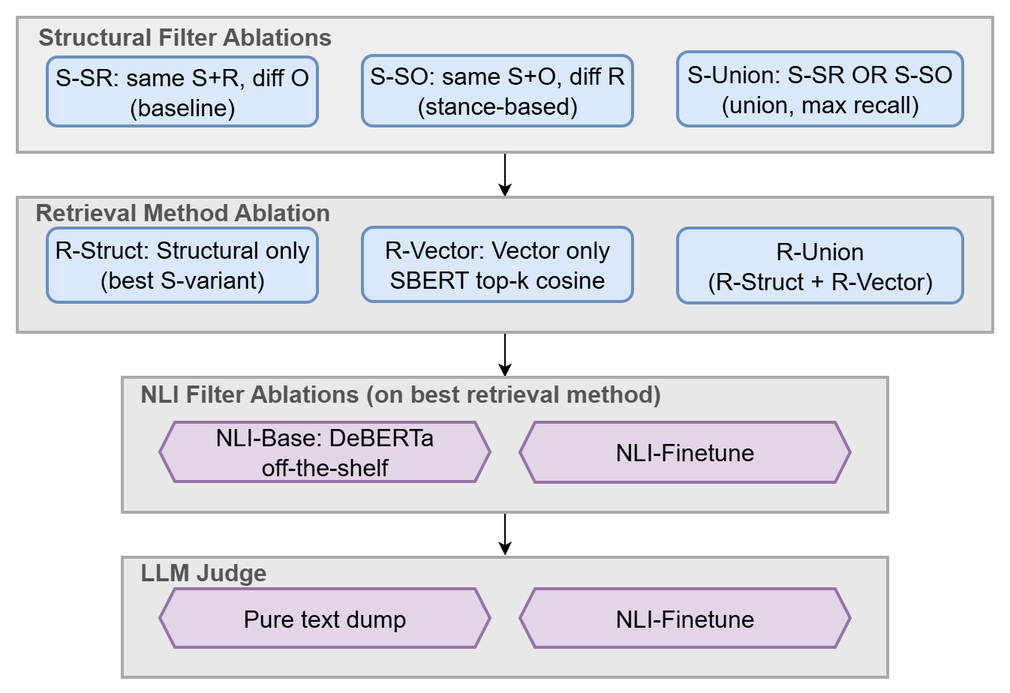
Before: assets/new-ablation.png, a diagram exported from draw.io (Phyke/AT82.05-Claim-Contradiction-Over-Knowledge-Graphs). Source tidied: cells renumbered, new cells last; positions are measured from the earlier drawing's top-left corner, leaving out a move shared by most shapes.
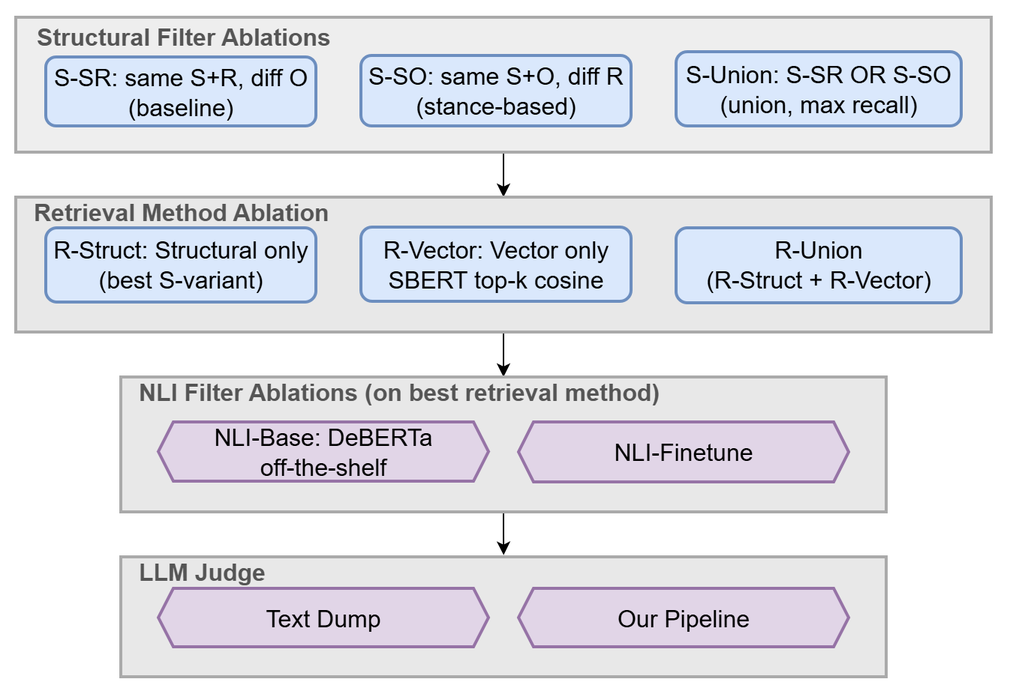
The same file after the commit.

Commit message:
Fix Typo in diagram

The edit, as a diff of the source:
```diff
@@ -59,10 +59,10 @@
     <mxCell id="20" value="LLM Judge" style="text;html=1;strokeColor=none;fillColor=none;align=left;verticalAlign=middle;fontStyle=1;fontSize=16;fontColor=#555555;strokeWidth=2;" parent="1" vertex="1">
       <mxGeometry x="80" y="360" width="440" height="20" as="geometry" />
     </mxCell>
-    <mxCell id="21" value="Pure text dump" style="shape=hexagon;perimeter=hexagonPerimeter2;whiteSpace=wrap;html=1;fixedSize=1;size=10;fillColor=#e1d5e7;strokeColor=#9673a6;fontSize=16;strokeWidth=2;" parent="1" vertex="1">
+    <mxCell id="21" value="Text Dump" style="shape=hexagon;perimeter=hexagonPerimeter2;whiteSpace=wrap;html=1;fixedSize=1;size=10;fillColor=#e1d5e7;strokeColor=#9673a6;fontSize=16;strokeWidth=2;" parent="1" vertex="1">
       <mxGeometry x="95" y="381" width="220" height="39" as="geometry" />
     </mxCell>
-    <mxCell id="22" value="NLI-Finetune" style="shape=hexagon;perimeter=hexagonPerimeter2;whiteSpace=wrap;html=1;fixedSize=1;size=10;fillColor=#e1d5e7;strokeColor=#9673a6;fontSize=16;strokeWidth=2;" parent="1" vertex="1">
+    <mxCell id="22" value="Our Pipeline" style="shape=hexagon;perimeter=hexagonPerimeter2;whiteSpace=wrap;html=1;fixedSize=1;size=10;fillColor=#e1d5e7;strokeColor=#9673a6;fontSize=16;strokeWidth=2;" parent="1" vertex="1">
       <mxGeometry x="335" y="381" width="220" height="39" as="geometry" />
     </mxCell>
   </root>
```
